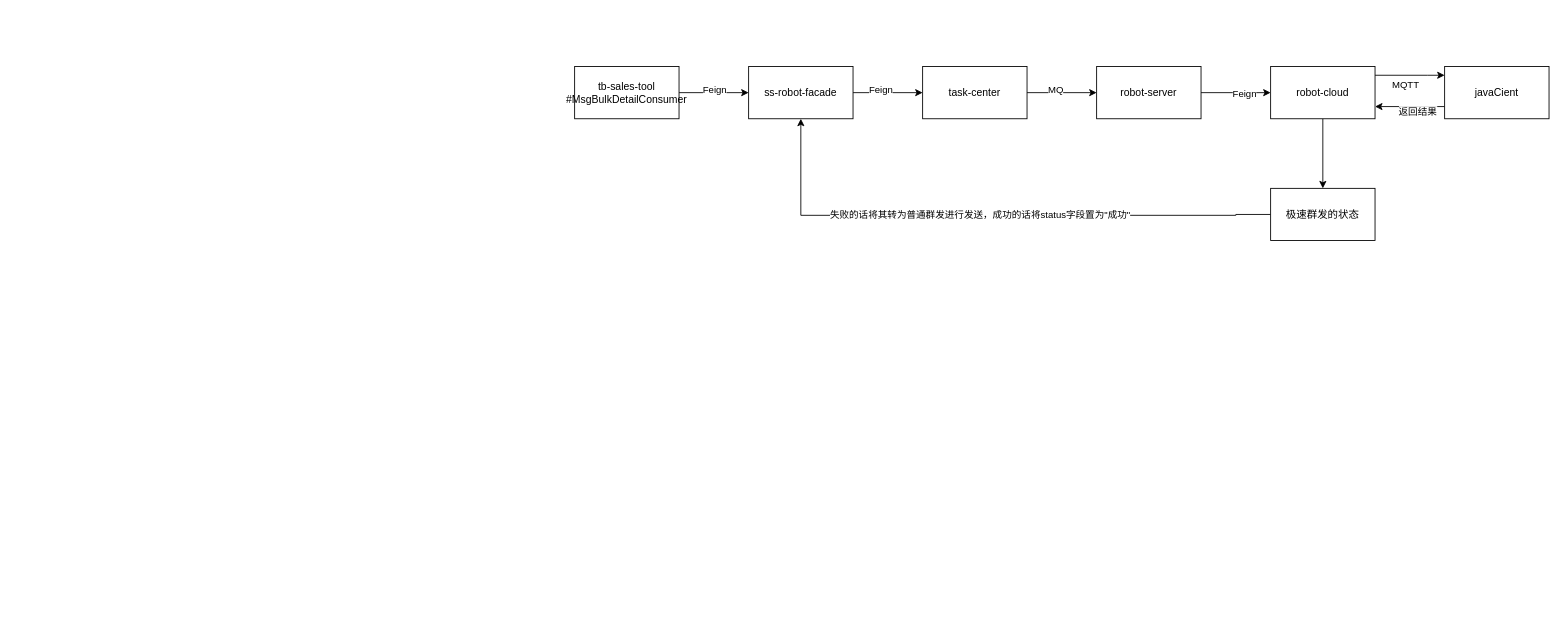
1819011603/- keeps this draw.io diagram as 微信助手4.9_邀请入群_群发重试.drawio. Above is the earlier version. Source tidied: cells renumbered, new cells numbered last; positions are measured from the earlier drawing's top-left corner, leaving out a move shared by most shapes. Both pictures are drawn from the tidied source at 87%, with x=0, y=0 at pixel (574, 66).
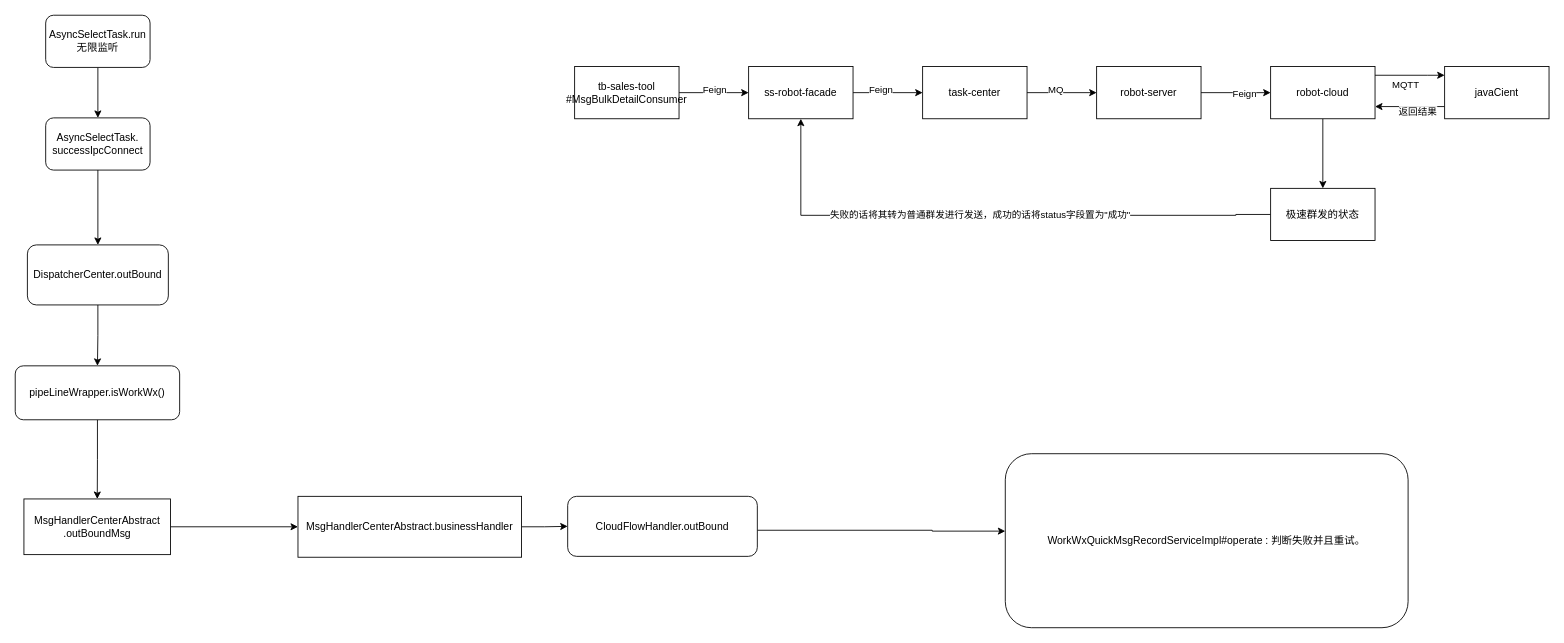
Above is the later version.

Commit message:
更新微信助手4.9_邀请入群_群发重试.drawio

Change to the diagram source:
```diff
@@
+    <mxCell id="24" value="WorkWxQuickMsgRecordServiceImpl#operate : 判断失败并且重试。" style="rounded=1;whiteSpace=wrap;html=1;" parent="1" vertex="1">
+      <mxGeometry x="495" y="445" width="463" height="200" as="geometry" />
+    </mxCell>
+    <mxCell id="25" style="edgeStyle=orthogonalEdgeStyle;rounded=0;jettySize=auto;html=1;" parent="1" edge="1" source="26" target="24">
+      <mxGeometry relative="1" as="geometry">
+        <Array as="points">
+          <mxPoint x="411" y="533" />
+          <mxPoint x="411" y="534" />
+        </Array>
+      </mxGeometry>
+    </mxCell>
+    <mxCell id="26" value="CloudFlowHandler.outBound" style="rounded=1;whiteSpace=wrap;html=1;" parent="1" vertex="1">
+      <mxGeometry x="-8" y="494" width="218" height="69" as="geometry" />
+    </mxCell>
+    <mxCell id="27" style="edgeStyle=orthogonalEdgeStyle;rounded=0;jettySize=auto;html=1;" parent="1" edge="1" source="28" target="26">
+      <mxGeometry relative="1" as="geometry" />
+    </mxCell>
+    <mxCell id="28" value="MsgHandlerCenterAbstract.businessHandler" style="rounded=0;whiteSpace=wrap;html=1;" parent="1" vertex="1">
+      <mxGeometry x="-318" y="494" width="257" height="70" as="geometry" />
+    </mxCell>
+    <mxCell id="29" style="edgeStyle=orthogonalEdgeStyle;rounded=0;jettySize=auto;html=1;entryX=0;entryY=0.5;entryDx=0;entryDy=0;" parent="1" edge="1" source="30" target="28">
+      <mxGeometry relative="1" as="geometry" />
+    </mxCell>
+    <mxCell id="30" value="MsgHandlerCenterAbstract .outBoundMsg" style="whiteSpace=wrap;html=1;rounded=0;" parent="1" vertex="1">
+      <mxGeometry x="-633" y="497" width="168.5" height="64" as="geometry" />
+    </mxCell>
+    <mxCell id="31" style="edgeStyle=orthogonalEdgeStyle;rounded=0;jettySize=auto;html=1;" parent="1" edge="1" source="32" target="30">
+      <mxGeometry relative="1" as="geometry" />
+    </mxCell>
+    <mxCell id="32" value="pipeLineWrapper.isWorkWx()" style="rounded=1;whiteSpace=wrap;html=1;" parent="1" vertex="1">
+      <mxGeometry x="-643" y="344" width="189" height="62" as="geometry" />
+    </mxCell>
+    <mxCell id="33" style="edgeStyle=orthogonalEdgeStyle;rounded=0;jettySize=auto;html=1;" parent="1" edge="1" source="34" target="32">
+      <mxGeometry relative="1" as="geometry" />
+    </mxCell>
+    <mxCell id="34" value="DispatcherCenter.outBound" style="rounded=1;whiteSpace=wrap;html=1;" parent="1" vertex="1">
+      <mxGeometry x="-629" y="205" width="162" height="69" as="geometry" />
+    </mxCell>
+    <mxCell id="35" style="edgeStyle=orthogonalEdgeStyle;rounded=0;jettySize=auto;html=1;" parent="1" edge="1" source="36" target="34">
+      <mxGeometry relative="1" as="geometry" />
+    </mxCell>
+    <mxCell id="36" value="AsyncSelectTask.&lt;br&gt;successIpcConnect" style="rounded=1;whiteSpace=wrap;html=1;" parent="1" vertex="1">
+      <mxGeometry x="-608" y="59" width="120" height="60" as="geometry" />
+    </mxCell>
+    <mxCell id="37" style="edgeStyle=orthogonalEdgeStyle;rounded=0;jettySize=auto;html=1;" parent="1" edge="1" source="38" target="36">
+      <mxGeometry relative="1" as="geometry" />
+    </mxCell>
+    <mxCell id="38" value="AsyncSelectTask.run无限监听" style="rounded=1;whiteSpace=wrap;html=1;" parent="1" vertex="1">
+      <mxGeometry x="-608" y="-59" width="120" height="60" as="geometry" />
+    </mxCell>
```
